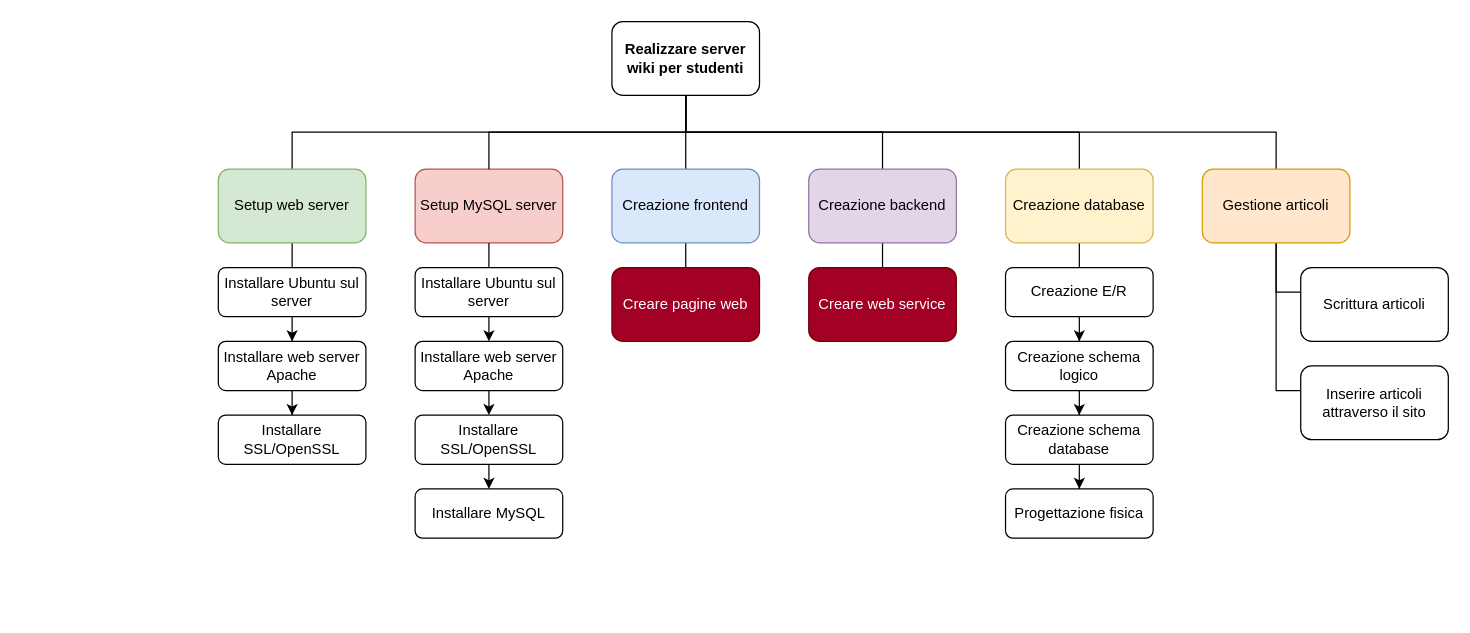
Above: project_management/wikistudenti_WBS.drawio in LucaAvveduto/5C_WikiStudenti_Avveduto_Barani_Brambilla_Cecire (draw.io), before the change. Source tidied: cells renumbered, new cells numbered last; positions are measured from the earlier drawing's top-left corner, leaving out a move shared by most shapes. Both pictures are drawn from the tidied source at 123%, with x=0, y=0 at pixel (218, 21).
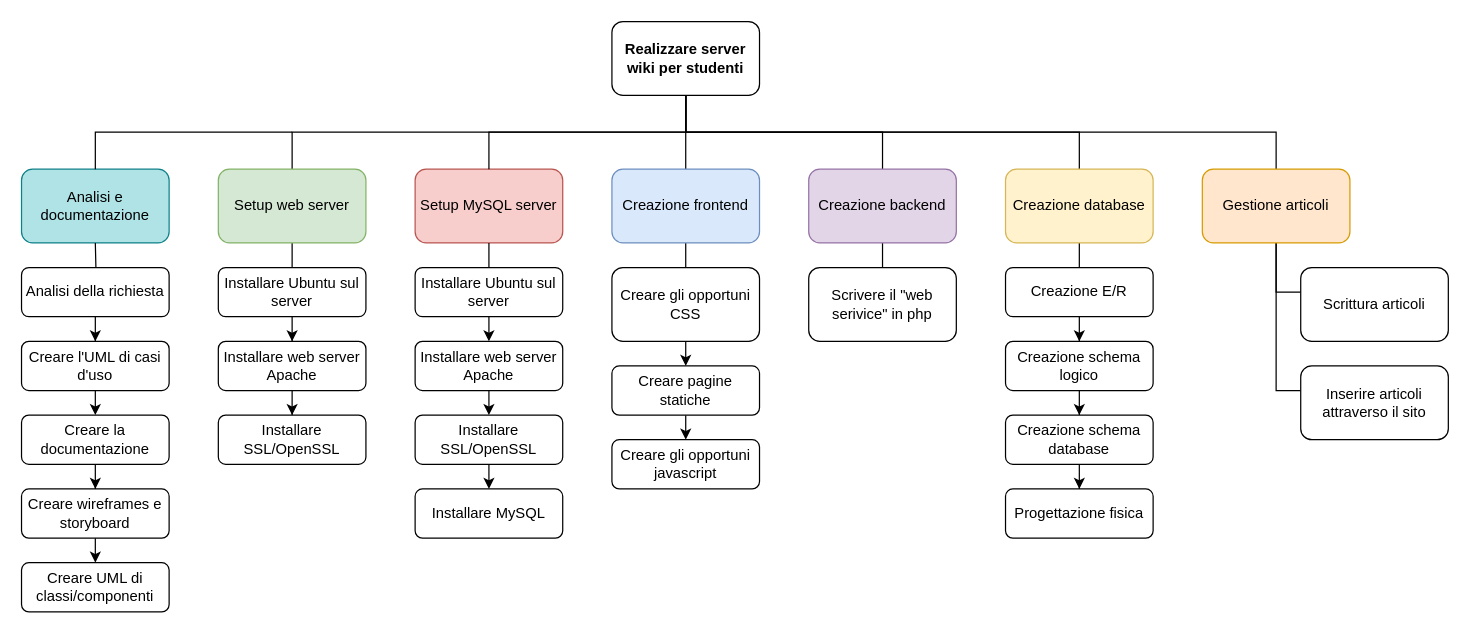
The same diagram, later.

Commit message:
Completed WBS

What changed in the source:
```diff
@@
-    <mxCell id="17" value="Creare pagine web" style="rounded=1;whiteSpace=wrap;html=1;fillColor=#a20025;fontColor=#ffffff;strokeColor=#6F0000;" parent="1" vertex="1">
+    <mxCell id="17" value="Creare gli opportuni CSS" style="rounded=1;whiteSpace=wrap;html=1;" parent="1" vertex="1">
       <mxGeometry x="320" y="200" width="120" height="60" as="geometry" />
     </mxCell>
@@
-    <mxCell id="34" value="Creare web service" style="rounded=1;whiteSpace=wrap;html=1;fillColor=#a20025;fontColor=#ffffff;strokeColor=#6F0000;" parent="1" vertex="1">
+    <mxCell id="34" value="&lt;span style=&quot;color: rgb(0, 0, 0);&quot;&gt;Scrivere il &quot;web serivice&quot; in php&lt;/span&gt;" style="rounded=1;whiteSpace=wrap;html=1;" parent="1" vertex="1">
       <mxGeometry x="480" y="200" width="120" height="60" as="geometry" />
     </mxCell>
@@
+    <mxCell id="45" value="Analisi e documentazione" style="rounded=1;whiteSpace=wrap;html=1;fillColor=#b0e3e6;strokeColor=#0e8088;" parent="1" vertex="1">
+      <mxGeometry x="-160" y="120" width="120" height="60" as="geometry" />
+    </mxCell>
+    <mxCell id="46" style="edgeStyle=orthogonalEdgeStyle;rounded=0;jettySize=auto;html=1;endArrow=none;endFill=0;entryX=0.5;entryY=0;entryDx=0;entryDy=0;" parent="1" edge="1" target="45">
+      <mxGeometry relative="1" as="geometry">
+        <mxPoint x="60" y="90" as="sourcePoint" />
+        <Array as="points">
+          <mxPoint x="-100" y="90" />
+        </Array>
+      </mxGeometry>
+    </mxCell>
+    <mxCell id="47" style="edgeStyle=orthogonalEdgeStyle;rounded=0;jettySize=auto;html=1;" parent="1" edge="1" target="49">
+      <mxGeometry relative="1" as="geometry">
+        <mxPoint x="-100" y="180" as="sourcePoint" />
+      </mxGeometry>
+    </mxCell>
+    <mxCell id="48" style="edgeStyle=orthogonalEdgeStyle;rounded=0;jettySize=auto;html=1;" parent="1" edge="1" source="49" target="50">
+      <mxGeometry relative="1" as="geometry" />
+    </mxCell>
+    <mxCell id="49" value="Analisi della richiesta" style="rounded=1;whiteSpace=wrap;html=1;" parent="1" vertex="1">
+      <mxGeometry x="-160" y="200" width="120" height="40" as="geometry" />
+    </mxCell>
+    <mxCell id="50" value="Creare l'UML di casi d'uso" style="rounded=1;whiteSpace=wrap;html=1;" parent="1" vertex="1">
+      <mxGeometry x="-160" y="260" width="120" height="40" as="geometry" />
+    </mxCell>
+    <mxCell id="51" style="edgeStyle=orthogonalEdgeStyle;rounded=0;jettySize=auto;html=1;" parent="1" edge="1" target="53">
+      <mxGeometry relative="1" as="geometry">
+        <mxPoint x="-100" y="300" as="sourcePoint" />
+        <Array as="points">
+          <mxPoint x="-100" y="310" />
+          <mxPoint x="-100" y="310" />
+        </Array>
+      </mxGeometry>
+    </mxCell>
+    <mxCell id="52" style="edgeStyle=orthogonalEdgeStyle;rounded=0;jettySize=auto;html=1;" parent="1" edge="1" source="53" target="54">
+      <mxGeometry relative="1" as="geometry" />
+    </mxCell>
+    <mxCell id="53" value="Creare la documentazione" style="rounded=1;whiteSpace=wrap;html=1;" parent="1" vertex="1">
+      <mxGeometry x="-160" y="320" width="120" height="40" as="geometry" />
+    </mxCell>
+    <mxCell id="54" value="Creare wireframes e storyboard" style="rounded=1;whiteSpace=wrap;html=1;" parent="1" vertex="1">
+      <mxGeometry x="-160" y="380" width="120" height="40" as="geometry" />
+    </mxCell>
+    <mxCell id="55" style="edgeStyle=orthogonalEdgeStyle;rounded=0;jettySize=auto;html=1;" parent="1" edge="1" target="56">
+      <mxGeometry relative="1" as="geometry">
+        <mxPoint x="-100" y="420" as="sourcePoint" />
+        <Array as="points">
+          <mxPoint x="-100" y="430" />
+          <mxPoint x="-100" y="430" />
+        </Array>
+      </mxGeometry>
+    </mxCell>
+    <mxCell id="56" value="Creare UML di classi/componenti" style="rounded=1;whiteSpace=wrap;html=1;" parent="1" vertex="1">
+      <mxGeometry x="-160" y="440" width="120" height="40" as="geometry" />
+    </mxCell>
+    <mxCell id="57" style="edgeStyle=none;html=1;" parent="1" edge="1" target="59">
+      <mxGeometry relative="1" as="geometry">
+        <mxPoint x="380" y="260" as="sourcePoint" />
+      </mxGeometry>
+    </mxCell>
+    <mxCell id="58" style="edgeStyle=none;html=1;" parent="1" edge="1" source="59" target="60">
+      <mxGeometry relative="1" as="geometry" />
+    </mxCell>
+    <mxCell id="59" value="&lt;span style=&quot;color: rgb(0, 0, 0);&quot;&gt;Creare pagine statiche&lt;/span&gt;" style="rounded=1;whiteSpace=wrap;html=1;" parent="1" vertex="1">
+      <mxGeometry x="320" y="280" width="120" height="40" as="geometry" />
+    </mxCell>
+    <mxCell id="60" value="Creare gli opportuni javascript" style="rounded=1;whiteSpace=wrap;html=1;" parent="1" vertex="1">
+      <mxGeometry x="320" y="340" width="120" height="40" as="geometry" />
+    </mxCell>
```
